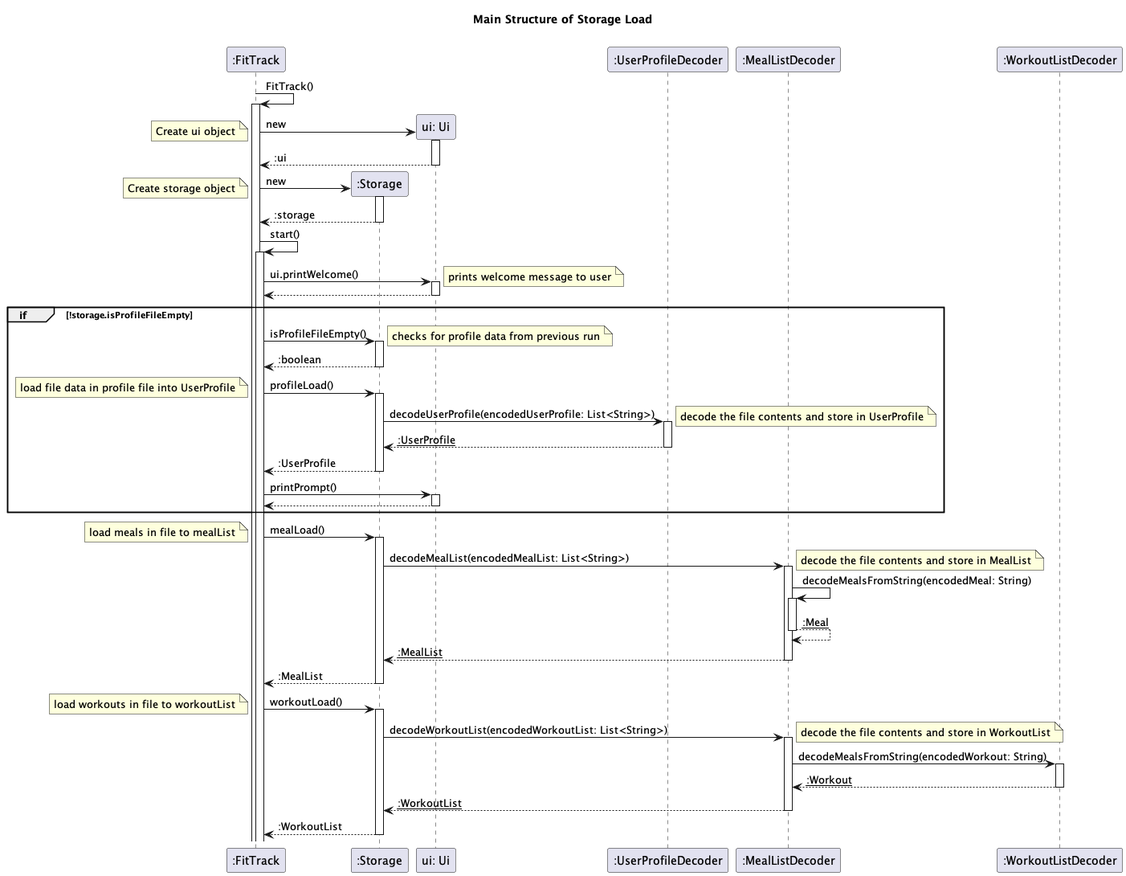
This is docs/images/StorageLoad.png from nus-cs2113-AY2324S1/tp, a PlantUML export, as it was before one commit. Its diagram source:
```plantuml
@startuml
title Main Structure of Storage Load\n

participant ":FitTrack" as main
participant ":Storage" as storage
participant "ui: Ui" as ui
participant ":UserProfileDecoder" as pDecoder
participant ":MealListDecoder" as mDecoder
participant ":WorkoutListDecoder" as wDecoder

main -> main ++: FitTrack()

create ui
main-> ui ++: new
note left: Create ui object
return :ui

create storage
main -> storage ++: new
note left: Create storage object
return :storage

main -> main ++: start()
main -> ui ++: ui.printWelcome()
note right: prints welcome message to user
return

group if [!storage.isProfileFileEmpty]
    main -> storage ++: isProfileFileEmpty()
    note right: checks for profile data from previous run
    return :boolean

    main -> storage ++: profileLoad()
    note left: load file data in profile file into UserProfile
    storage -> pDecoder ++: decodeUserProfile(encodedUserProfile: List<String>)
    note right: decode the file contents and store in UserProfile
    return __:UserProfile__
    return :UserProfile

    main -> ui ++: printPrompt()
    return
end

main -> storage ++: mealLoad()
note left: load meals in file to mealList
storage -> mDecoder ++: decodeMealList(encodedMealList: List<String>)
note right: decode the file contents and store in MealList
mDecoder -> mDecoder ++: decodeMealsFromString(encodedMeal: String)
return __:Meal__
return __:MealList__
return :MealList

main -> storage ++: workoutLoad()
note left: load workouts in file to workoutList
storage -> mDecoder ++: decodeWorkoutList(encodedWorkoutList: List<String>)
note right: decode the file contents and store in WorkoutList
mDecoder -> wDecoder ++: decodeMealsFromString(encodedWorkout: String)
return __:Workout__
return __:WorkoutList__
return :WorkoutList

@enduml
```
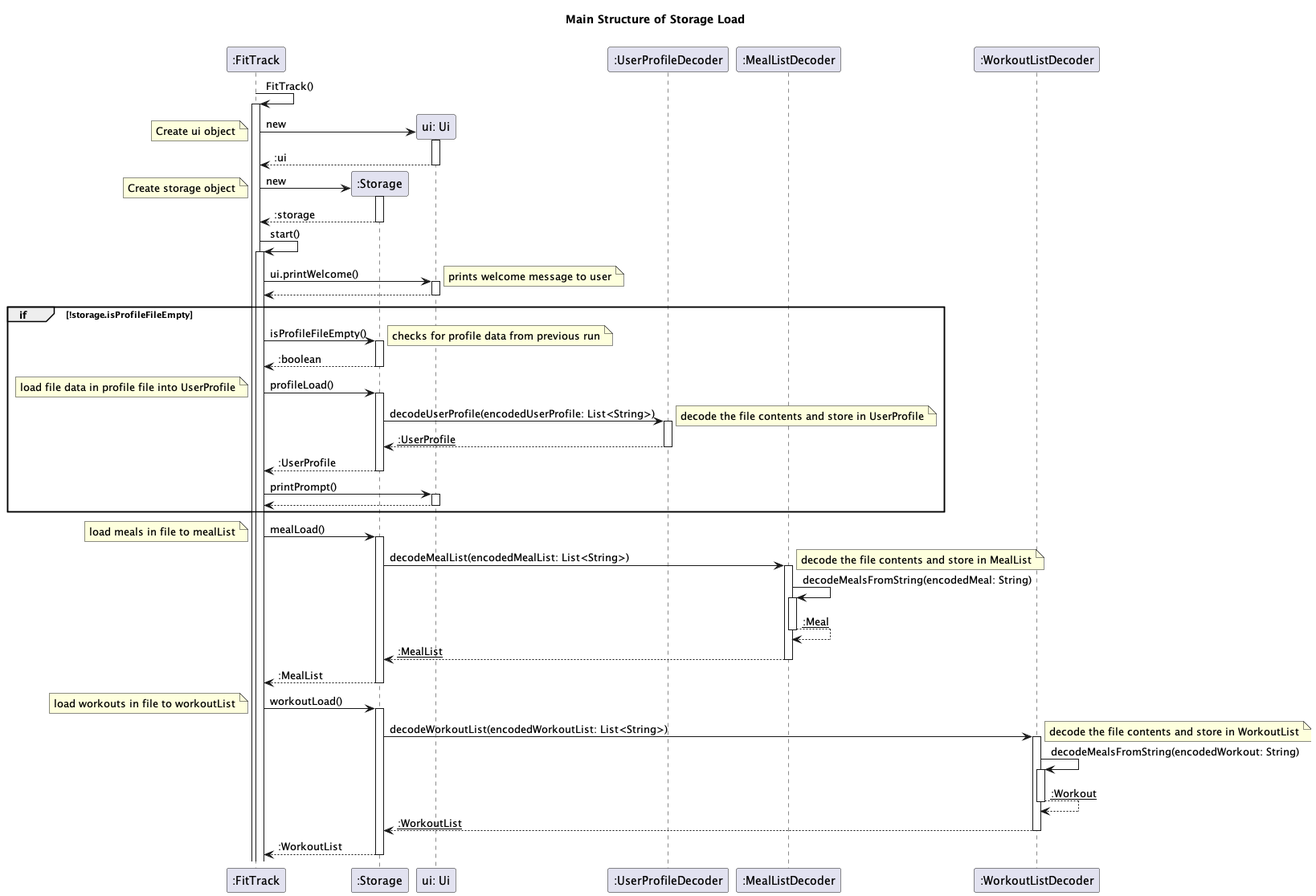
Above is the later version.

Commit message:
Updated sequence diagram

What changed in the source:
```diff
@@ -52,9 +52,9 @@
 
 main -> storage ++: workoutLoad()
 note left: load workouts in file to workoutList
-storage -> mDecoder ++: decodeWorkoutList(encodedWorkoutList: List<String>)
+storage -> wDecoder ++: decodeWorkoutList(encodedWorkoutList: List<String>)
 note right: decode the file contents and store in WorkoutList
-mDecoder -> wDecoder ++: decodeMealsFromString(encodedWorkout: String)
+wDecoder -> wDecoder ++: decodeMealsFromString(encodedWorkout: String)
 return __:Workout__
 return __:WorkoutList__
 return :WorkoutList
```
